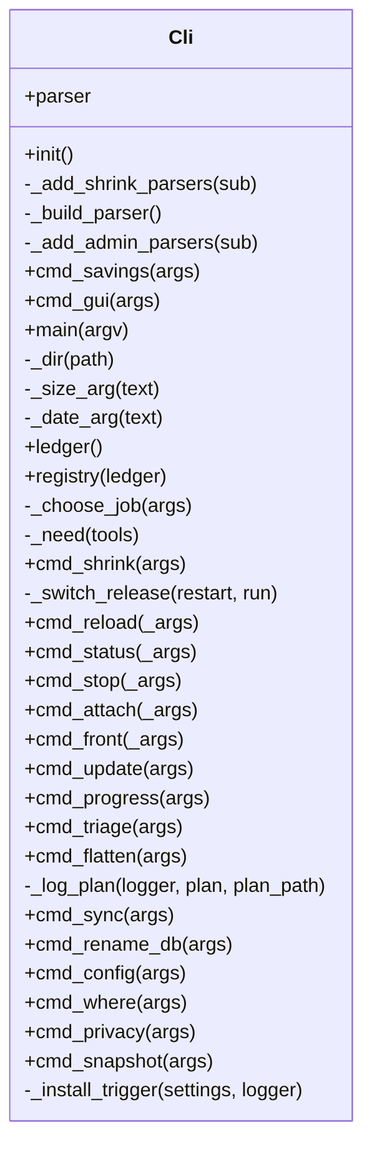
The Mermaid diagram docs/img/uml_cli.png in peddanet/mediatools, before a commit. Its source is kept beside it as docs/img/uml_cli.mmd. The source it was exported from:
```mermaid
classDiagram
  direction LR
  class Cli {
    +parser
    +init()
    -_add_shrink_parsers(sub)
    -_build_parser()
    -_add_admin_parsers(sub)
    +cmd_savings(args)
    +cmd_gui(args)
    +main(argv)
    -_dir(path)
    -_size_arg(text)
    -_date_arg(text)
    +ledger()
    +registry(ledger)
    -_choose_job(args)
    -_need(tools)
    +cmd_shrink(args)
    -_switch_release(restart, run)
    +cmd_reload(_args)
    +cmd_status(_args)
    +cmd_stop(_args)
    +cmd_attach(_args)
    +cmd_front(_args)
    +cmd_update(args)
    +cmd_progress(args)
    +cmd_triage(args)
    +cmd_flatten(args)
    -_log_plan(logger, plan, plan_path)
    +cmd_sync(args)
    +cmd_rename_db(args)
    +cmd_config(args)
    +cmd_where(args)
    +cmd_privacy(args)
    +cmd_snapshot(args)
    -_install_trigger(settings, logger)
  }
```
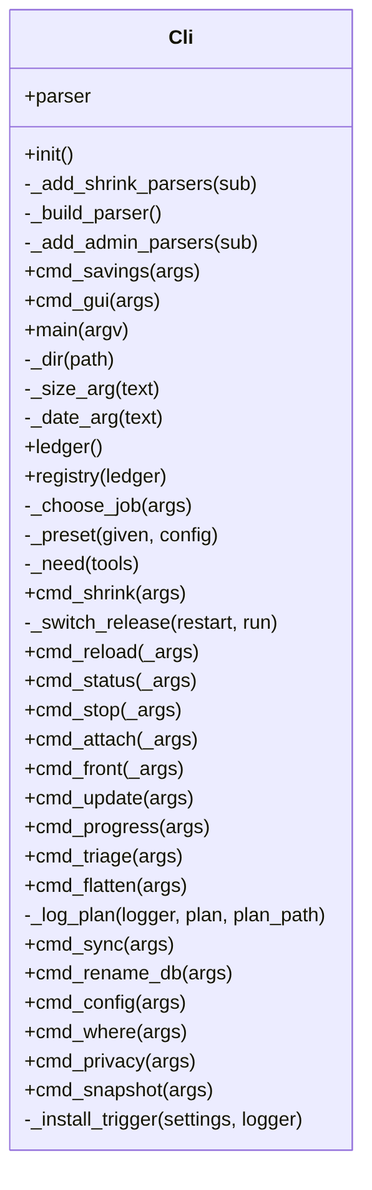
Above is the later version.

Change to the diagram source:
```diff
@@ -15,6 +15,7 @@
     +ledger()
     +registry(ledger)
     -_choose_job(args)
+    -_preset(given, config)
     -_need(tools)
     +cmd_shrink(args)
     -_switch_release(restart, run)
```
